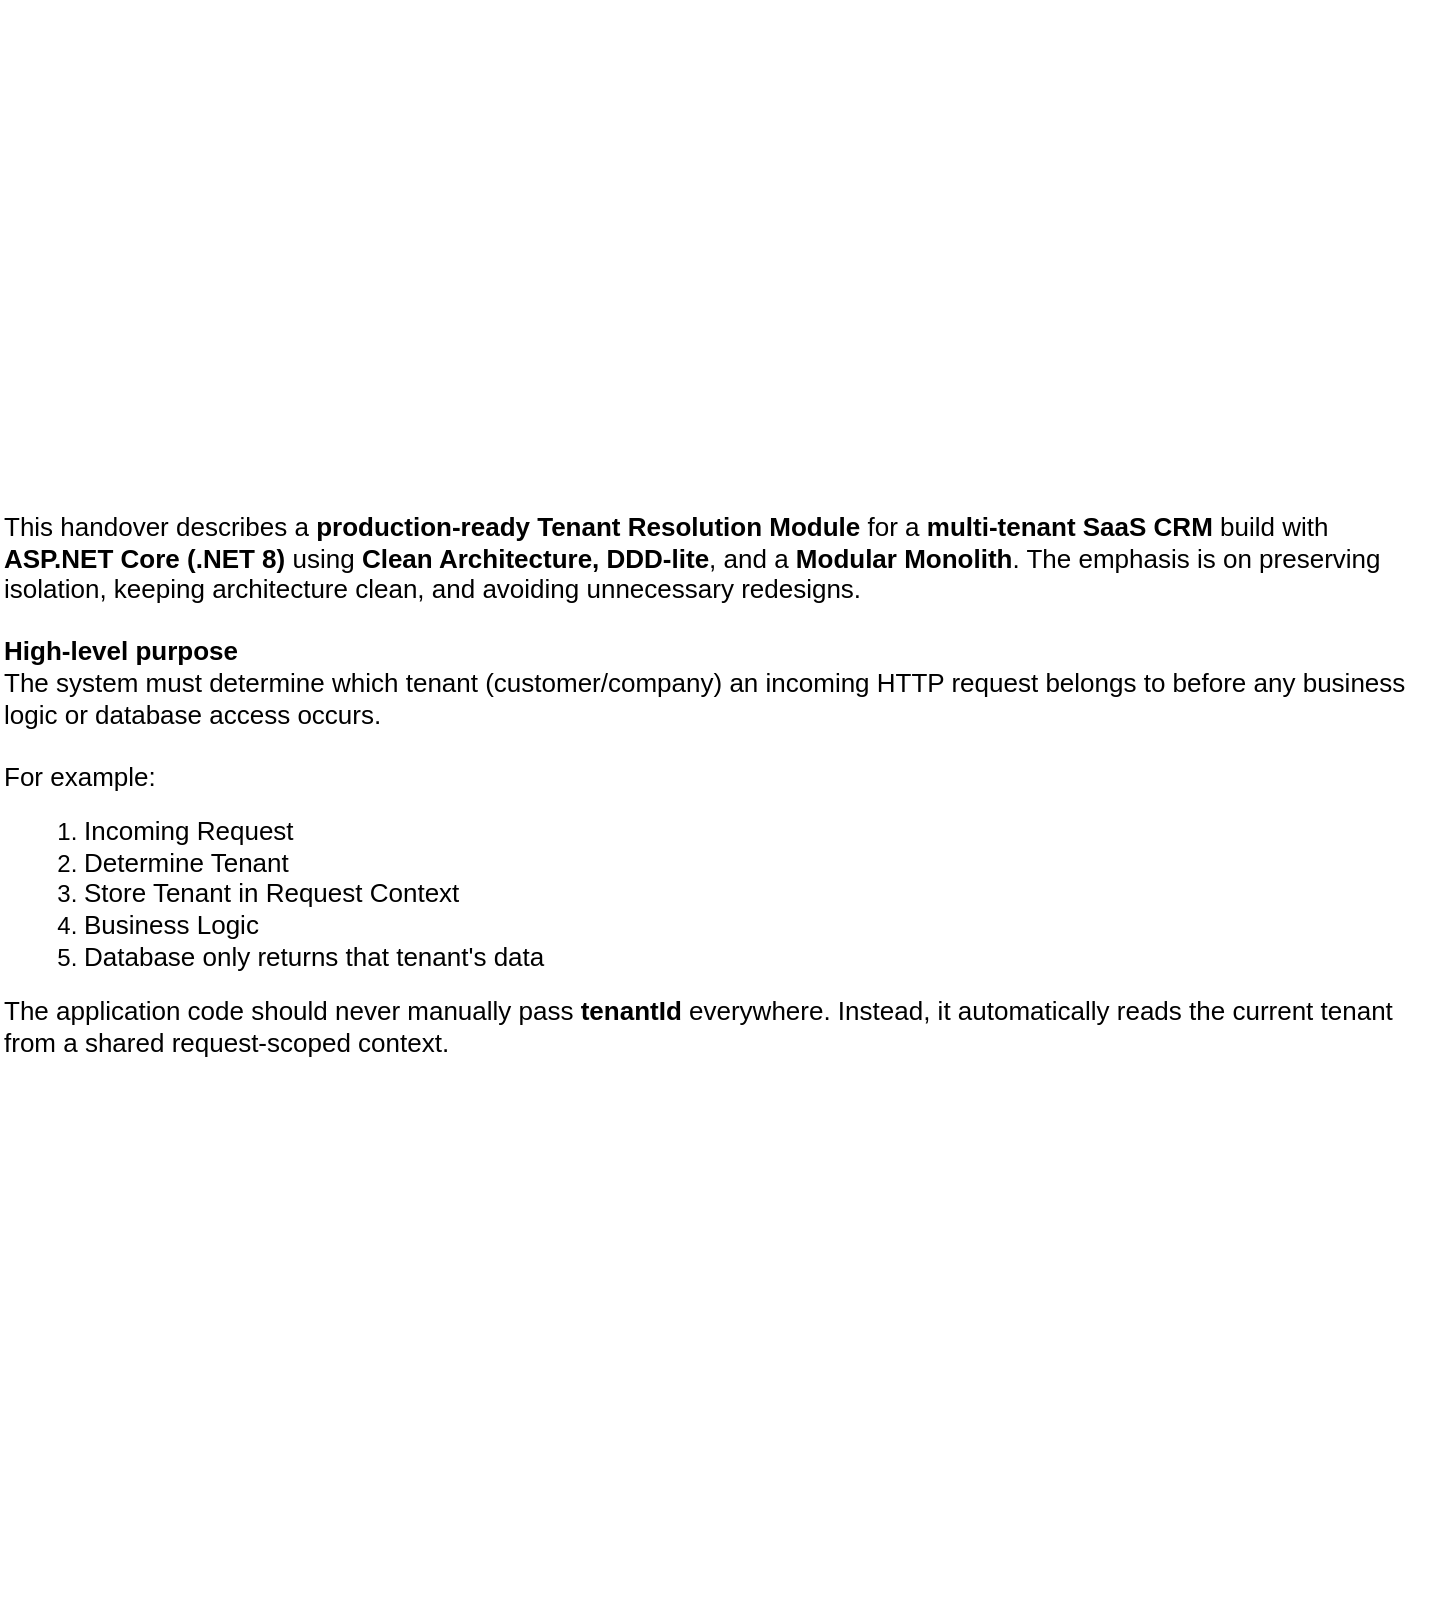
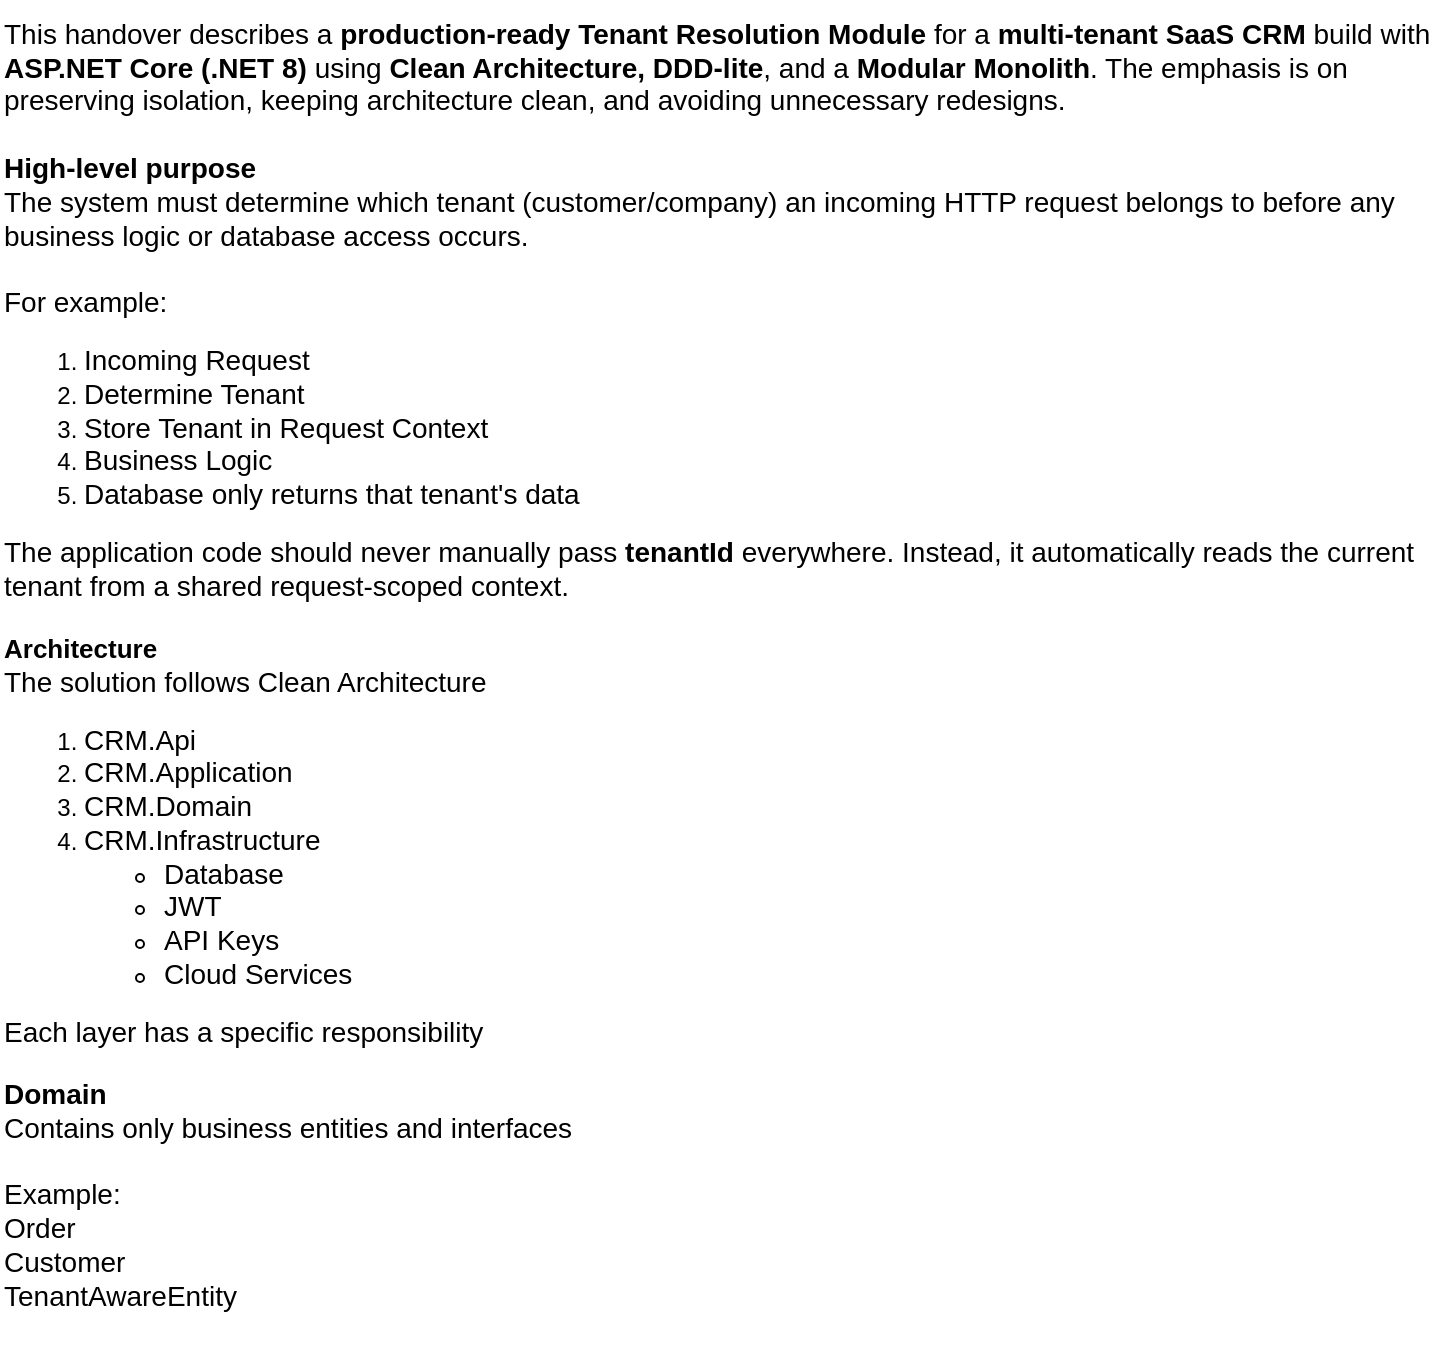
<mxfile host="app.diagrams.net">
  <diagram name="Page-1" id="CElwATwhmrqS2UhVftOB">
    <mxGraphModel dx="2691" dy="700" grid="1" gridSize="10" guides="1" tooltips="1" connect="1" arrows="1" fold="1" page="1" pageScale="1" pageWidth="850" pageHeight="1100" math="0" shadow="0">
      <root>
        <mxCell id="0" />
        <mxCell id="1" parent="0" />
-         <mxCell id="dD3OxyqSIHmNCJqEZoo5-2" parent="1" style="text;html=1;whiteSpace=wrap;strokeColor=none;fillColor=none;align=left;verticalAlign=middle;rounded=0;labelPosition=center;verticalLabelPosition=middle;" value="&lt;div&gt;&lt;font style=&quot;font-size: 13px;&quot;&gt;This handover describes a &lt;b&gt;production-ready Tenant Resolution Module&lt;/b&gt; for a &lt;b&gt;multi-tenant SaaS CRM&lt;/b&gt; build with &lt;b&gt;ASP.NET Core (.NET 8)&lt;/b&gt; using &lt;b&gt;Clean Architecture, DDD-lite&lt;/b&gt;, and a &lt;b&gt;Modular Monolith&lt;/b&gt;. The emphasis is on preserving isolation, keeping architecture clean, and avoiding unnecessary redesigns.&lt;/font&gt;&lt;/div&gt;&lt;div&gt;&lt;font style=&quot;font-size: 13px;&quot;&gt;&lt;br&gt;&lt;/font&gt;&lt;/div&gt;&lt;div&gt;&lt;font style=&quot;font-size: 13px;&quot;&gt;&lt;b&gt;High-level purpose&lt;/b&gt;&lt;/font&gt;&lt;/div&gt;&lt;div&gt;&lt;font style=&quot;font-size: 13px;&quot;&gt;The system must determine which tenant (customer/company) an incoming HTTP request belongs to before any business logic or database access occurs.&lt;/font&gt;&lt;/div&gt;&lt;div&gt;&lt;font style=&quot;font-size: 13px;&quot;&gt;&lt;br&gt;&lt;/font&gt;&lt;/div&gt;&lt;div&gt;&lt;font style=&quot;font-size: 13px;&quot;&gt;For example:&lt;/font&gt;&lt;/div&gt;&lt;div&gt;&lt;ol&gt;&lt;li&gt;&lt;font style=&quot;font-size: 13px;&quot;&gt;Incoming Request&lt;/font&gt;&lt;/li&gt;&lt;li&gt;&lt;font style=&quot;font-size: 13px;&quot;&gt;Determine Tenant&amp;nbsp;&lt;/font&gt;&lt;/li&gt;&lt;li&gt;&lt;font style=&quot;font-size: 13px;&quot;&gt;Store Tenant in Request Context&lt;/font&gt;&lt;/li&gt;&lt;li&gt;&lt;font style=&quot;font-size: 13px;&quot;&gt;Business Logic&lt;/font&gt;&lt;/li&gt;&lt;li&gt;&lt;font style=&quot;font-size: 13px;&quot;&gt;Database only returns that tenant&#39;s data&lt;/font&gt;&lt;/li&gt;&lt;/ol&gt;&lt;div&gt;&lt;font style=&quot;font-size: 13px;&quot;&gt;The application code should never manually pass &lt;b&gt;tenantId &lt;/b&gt;everywhere. Instead, it automatically reads the current tenant from a shared request-scoped context.&lt;/font&gt;&lt;/div&gt;&lt;/div&gt;&lt;div&gt;&lt;font style=&quot;font-size: 13px;&quot;&gt;&lt;br&gt;&lt;/font&gt;&lt;/div&gt;" vertex="1">
-           <mxGeometry height="800" width="720" x="-480" y="80" as="geometry" />
+         <mxCell id="dD3OxyqSIHmNCJqEZoo5-2" parent="1" style="text;html=1;whiteSpace=wrap;strokeColor=none;fillColor=none;align=left;verticalAlign=middle;rounded=0;labelPosition=center;verticalLabelPosition=middle;" value="&lt;div&gt;&lt;font style=&quot;font-size: 14px;&quot;&gt;This handover describes a &lt;b&gt;production-ready Tenant Resolution Module&lt;/b&gt; for a &lt;b&gt;multi-tenant SaaS CRM&lt;/b&gt; build with &lt;b&gt;ASP.NET Core (.NET 8)&lt;/b&gt; using &lt;b&gt;Clean Architecture, DDD-lite&lt;/b&gt;, and a &lt;b&gt;Modular Monolith&lt;/b&gt;. The emphasis is on preserving isolation, keeping architecture clean, and avoiding unnecessary redesigns.&lt;/font&gt;&lt;/div&gt;&lt;div&gt;&lt;font style=&quot;font-size: 14px;&quot;&gt;&lt;br&gt;&lt;/font&gt;&lt;/div&gt;&lt;div&gt;&lt;font style=&quot;font-size: 14px;&quot;&gt;&lt;b&gt;High-level purpose&lt;/b&gt;&lt;/font&gt;&lt;/div&gt;&lt;div&gt;&lt;font style=&quot;font-size: 14px;&quot;&gt;The system must determine which tenant (customer/company) an incoming HTTP request belongs to before any business logic or database access occurs.&lt;/font&gt;&lt;/div&gt;&lt;div&gt;&lt;font style=&quot;font-size: 14px;&quot;&gt;&lt;br&gt;&lt;/font&gt;&lt;/div&gt;&lt;div&gt;&lt;font style=&quot;font-size: 14px;&quot;&gt;For example:&lt;/font&gt;&lt;/div&gt;&lt;div&gt;&lt;ol&gt;&lt;li&gt;&lt;font style=&quot;font-size: 14px;&quot;&gt;Incoming Request&lt;/font&gt;&lt;/li&gt;&lt;li&gt;&lt;font style=&quot;font-size: 14px;&quot;&gt;Determine Tenant&amp;nbsp;&lt;/font&gt;&lt;/li&gt;&lt;li&gt;&lt;font style=&quot;font-size: 14px;&quot;&gt;Store Tenant in Request Context&lt;/font&gt;&lt;/li&gt;&lt;li&gt;&lt;font style=&quot;font-size: 14px;&quot;&gt;Business Logic&lt;/font&gt;&lt;/li&gt;&lt;li&gt;&lt;font style=&quot;font-size: 14px;&quot;&gt;Database only returns that tenant&#39;s data&lt;/font&gt;&lt;/li&gt;&lt;/ol&gt;&lt;div&gt;&lt;font style=&quot;font-size: 14px;&quot;&gt;The application code should never manually pass &lt;b&gt;tenantId &lt;/b&gt;everywhere. Instead, it automatically reads the current tenant from a shared request-scoped context.&lt;/font&gt;&lt;/div&gt;&lt;div&gt;&lt;font style=&quot;font-size: 13px;&quot;&gt;&lt;br&gt;&lt;/font&gt;&lt;/div&gt;&lt;div&gt;&lt;font style=&quot;font-size: 13px;&quot;&gt;&lt;b&gt;Architecture&amp;nbsp;&lt;/b&gt;&lt;/font&gt;&lt;/div&gt;&lt;div&gt;&lt;font style=&quot;font-size: 14px;&quot;&gt;The solution follows Clean Architecture&lt;/font&gt;&lt;/div&gt;&lt;div&gt;&lt;ol&gt;&lt;li&gt;&lt;font style=&quot;font-size: 14px;&quot;&gt;CRM.Api&amp;nbsp;&lt;/font&gt;&lt;/li&gt;&lt;li&gt;&lt;font style=&quot;font-size: 14px;&quot;&gt;CRM.Application&lt;/font&gt;&lt;/li&gt;&lt;li&gt;&lt;font style=&quot;font-size: 14px;&quot;&gt;CRM.Domain&lt;/font&gt;&lt;/li&gt;&lt;li&gt;&lt;font style=&quot;font-size: 14px;&quot;&gt;CRM.Infrastructure&lt;/font&gt;&lt;/li&gt;&lt;ul&gt;&lt;li&gt;&lt;font style=&quot;font-size: 14px;&quot;&gt;Database&lt;/font&gt;&lt;/li&gt;&lt;li&gt;&lt;font style=&quot;font-size: 14px;&quot;&gt;JWT&lt;/font&gt;&lt;/li&gt;&lt;li&gt;&lt;font style=&quot;font-size: 14px;&quot;&gt;API Keys&lt;/font&gt;&lt;/li&gt;&lt;li&gt;&lt;font style=&quot;font-size: 14px;&quot;&gt;Cloud Services&lt;/font&gt;&lt;/li&gt;&lt;/ul&gt;&lt;/ol&gt;&lt;div&gt;&lt;font style=&quot;font-size: 14px;&quot;&gt;Each layer has a specific responsibility&lt;/font&gt;&lt;/div&gt;&lt;div&gt;&lt;br&gt;&lt;/div&gt;&lt;div&gt;&lt;font style=&quot;font-size: 14px;&quot;&gt;&lt;b&gt;Domain&amp;nbsp;&lt;/b&gt;&lt;/font&gt;&lt;/div&gt;&lt;div&gt;&lt;font style=&quot;font-size: 14px;&quot;&gt;Contains only business entities and interfaces&lt;/font&gt;&lt;/div&gt;&lt;div&gt;&lt;font style=&quot;font-size: 14px;&quot;&gt;&lt;br&gt;&lt;/font&gt;&lt;/div&gt;&lt;div&gt;&lt;font style=&quot;font-size: 14px;&quot;&gt;Example:&lt;/font&gt;&lt;/div&gt;&lt;div&gt;&lt;font style=&quot;font-size: 14px;&quot;&gt;Order&lt;/font&gt;&lt;/div&gt;&lt;div&gt;&lt;font style=&quot;font-size: 14px;&quot;&gt;Customer&amp;nbsp;&lt;/font&gt;&lt;/div&gt;&lt;div&gt;&lt;font style=&quot;font-size: 14px;&quot;&gt;TenantAwareEntity&lt;/font&gt;&lt;/div&gt;&lt;/div&gt;&lt;/div&gt;&lt;div&gt;&lt;font style=&quot;font-size: 13px;&quot;&gt;&lt;br&gt;&lt;/font&gt;&lt;/div&gt;" vertex="1">
+           <mxGeometry height="680" width="720" x="-520" y="80" as="geometry" />
        </mxCell>
      </root>
    </mxGraphModel>
  </diagram>
</mxfile>
